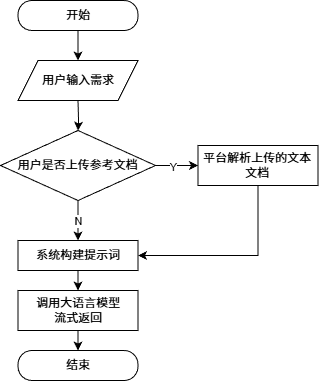
Earlier version of the draw.io export figures/drawio/AI大纲流程图.drawio.png (agiantii/appt-thesis). Source tidied: cells renumbered, new cells last; positions are measured from the earlier drawing's top-left corner, leaving out a move shared by most shapes.
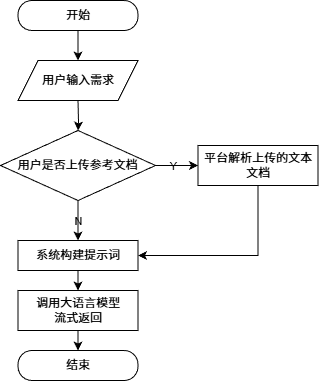
After the commit.

Commit message:
figures: 去除部分流程图的文字背景

Diff of the diagram source:
```diff
@@ -18,13 +18,13 @@
     <mxCell id="5" style="edgeStyle=orthogonalEdgeStyle;rounded=0;jettySize=auto;html=1;" parent="1" edge="1" source="9" target="10">
       <mxGeometry relative="1" as="geometry" />
     </mxCell>
-    <mxCell id="6" value="Y" style="edgeLabel;html=1;align=center;verticalAlign=middle;" parent="5" vertex="1">
+    <mxCell id="6" value="Y" style="edgeLabel;html=1;align=center;verticalAlign=middle;labelBackgroundColor=none;" parent="5" vertex="1">
       <mxGeometry x="-0.16" y="-1" relative="1" as="geometry" />
     </mxCell>
     <mxCell id="7" style="edgeStyle=orthogonalEdgeStyle;rounded=0;jettySize=auto;html=1;" parent="1" edge="1" source="9" target="12">
       <mxGeometry relative="1" as="geometry" />
     </mxCell>
-    <mxCell id="8" value="N" style="edgeLabel;html=1;align=center;verticalAlign=middle;" parent="7" vertex="1">
+    <mxCell id="8" value="N" style="edgeLabel;html=1;align=center;verticalAlign=middle;labelBackgroundColor=none;" parent="7" vertex="1">
       <mxGeometry x="-0.14" y="3" relative="1" as="geometry">
         <mxPoint x="-3" y="3" as="offset" />
       </mxGeometry>
```
